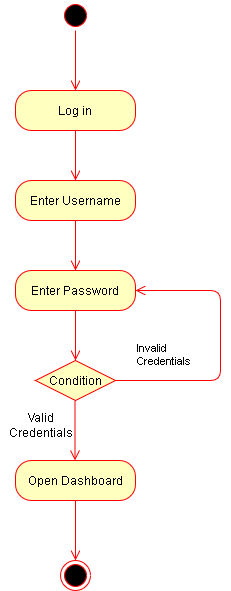
Before: Diagrams/Activity Diagram/login.png, a diagram exported from draw.io (Sonja17/Hotel-Management-System). Source tidied: cells renumbered, new cells last; positions are measured from the earlier drawing's top-left corner, leaving out a move shared by most shapes. The source it was exported from:
```xml
<mxGraphModel>
  <root>
    <mxCell id="0" />
    <mxCell id="1" parent="0" />
    <mxCell id="2" style="ellipse;html=1;shape=startState;fillColor=#000000;strokeColor=#ff0000;" parent="1" vertex="1">
      <mxGeometry x="60" width="30" height="30" as="geometry" />
    </mxCell>
    <mxCell id="3" style="edgeStyle=orthogonalEdgeStyle;html=1;verticalAlign=bottom;endArrow=open;endSize=8;strokeColor=#ff0000;" parent="1" edge="1" source="2">
      <mxGeometry relative="1" as="geometry">
        <mxPoint x="75" y="90" as="targetPoint" />
      </mxGeometry>
    </mxCell>
    <mxCell id="4" value="Log in" style="rounded=1;whiteSpace=wrap;html=1;arcSize=40;fontColor=#000000;fillColor=#ffffc0;strokeColor=#ff0000;" parent="1" vertex="1">
      <mxGeometry x="15" y="90" width="120" height="40" as="geometry" />
    </mxCell>
    <mxCell id="5" style="edgeStyle=orthogonalEdgeStyle;html=1;verticalAlign=bottom;endArrow=open;endSize=8;strokeColor=#ff0000;" parent="1" edge="1" source="4">
      <mxGeometry relative="1" as="geometry">
        <mxPoint x="75" y="180" as="targetPoint" />
      </mxGeometry>
    </mxCell>
    <mxCell id="6" value="Enter Username" style="rounded=1;whiteSpace=wrap;html=1;arcSize=40;fontColor=#000000;fillColor=#ffffc0;strokeColor=#ff0000;" parent="1" vertex="1">
      <mxGeometry x="15" y="180" width="120" height="40" as="geometry" />
    </mxCell>
    <mxCell id="7" style="edgeStyle=orthogonalEdgeStyle;html=1;verticalAlign=bottom;endArrow=open;endSize=8;strokeColor=#ff0000;" parent="1" edge="1" source="6">
      <mxGeometry relative="1" as="geometry">
        <mxPoint x="75" y="270" as="targetPoint" />
      </mxGeometry>
    </mxCell>
    <mxCell id="8" value="Enter Password" style="rounded=1;whiteSpace=wrap;html=1;arcSize=40;fontColor=#000000;fillColor=#ffffc0;strokeColor=#ff0000;" parent="1" vertex="1">
      <mxGeometry x="15" y="270" width="120" height="40" as="geometry" />
    </mxCell>
    <mxCell id="9" style="edgeStyle=orthogonalEdgeStyle;html=1;verticalAlign=bottom;endArrow=open;endSize=8;strokeColor=#ff0000;" parent="1" edge="1" source="8">
      <mxGeometry relative="1" as="geometry">
        <mxPoint x="75" y="360" as="targetPoint" />
      </mxGeometry>
    </mxCell>
    <mxCell id="10" value="Condition" style="rhombus;whiteSpace=wrap;html=1;fillColor=#ffffc0;strokeColor=#ff0000;" parent="1" vertex="1">
      <mxGeometry x="35" y="360" width="80" height="40" as="geometry" />
    </mxCell>
    <mxCell id="11" value="&lt;div&gt;Invalid &lt;br&gt;&lt;/div&gt;&lt;div&gt;Credentials&lt;/div&gt;" style="edgeStyle=orthogonalEdgeStyle;html=1;align=left;verticalAlign=bottom;endArrow=open;endSize=8;strokeColor=#ff0000;entryX=1;entryY=0.5;entryDx=0;entryDy=0;" parent="1" edge="1" source="10" target="8">
      <mxGeometry x="-0.18" y="85" relative="1" as="geometry">
        <Array as="points">
          <mxPoint x="220" y="380" />
          <mxPoint x="220" y="290" />
        </Array>
      </mxGeometry>
    </mxCell>
    <mxCell id="12" style="edgeStyle=orthogonalEdgeStyle;html=1;verticalAlign=bottom;endArrow=open;endSize=8;strokeColor=#ff0000;" parent="1" edge="1">
      <mxGeometry relative="1" as="geometry">
        <mxPoint x="74.5" y="400" as="sourcePoint" />
        <mxPoint x="74.5" y="460" as="targetPoint" />
      </mxGeometry>
    </mxCell>
    <mxCell id="13" value="&lt;div&gt;Valid&lt;/div&gt;&lt;div&gt; Credentials&lt;/div&gt;" style="text;html=1;align=center;verticalAlign=middle;" parent="1" vertex="1">
      <mxGeometry y="410" width="80" height="30" as="geometry" />
    </mxCell>
    <mxCell id="14" value="Open Dashboard" style="rounded=1;whiteSpace=wrap;html=1;arcSize=40;fontColor=#000000;fillColor=#ffffc0;strokeColor=#ff0000;" parent="1" vertex="1">
      <mxGeometry x="15" y="460" width="120" height="40" as="geometry" />
    </mxCell>
    <mxCell id="15" style="edgeStyle=orthogonalEdgeStyle;html=1;verticalAlign=bottom;endArrow=open;endSize=8;strokeColor=#ff0000;" parent="1" edge="1" source="14">
      <mxGeometry relative="1" as="geometry">
        <mxPoint x="75" y="560" as="targetPoint" />
      </mxGeometry>
    </mxCell>
    <mxCell id="16" style="ellipse;html=1;shape=endState;fillColor=#000000;strokeColor=#ff0000;" parent="1" vertex="1">
      <mxGeometry x="60" y="560" width="30" height="30" as="geometry" />
    </mxCell>
  </root>
</mxGraphModel>
```
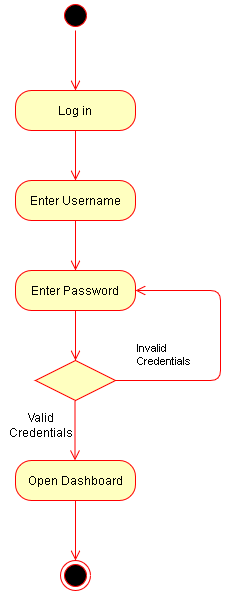
After the change.

What changed in the source:
```diff
@@ -34,7 +34,7 @@
         <mxPoint x="75" y="360" as="targetPoint" />
       </mxGeometry>
     </mxCell>
-    <mxCell id="10" value="Condition" style="rhombus;whiteSpace=wrap;html=1;fillColor=#ffffc0;strokeColor=#ff0000;" parent="1" vertex="1">
+    <mxCell id="10" style="rhombus;whiteSpace=wrap;html=1;fillColor=#ffffc0;strokeColor=#ff0000;" parent="1" vertex="1">
       <mxGeometry x="35" y="360" width="80" height="40" as="geometry" />
     </mxCell>
     <mxCell id="11" value="&lt;div&gt;Invalid &lt;br&gt;&lt;/div&gt;&lt;div&gt;Credentials&lt;/div&gt;" style="edgeStyle=orthogonalEdgeStyle;html=1;align=left;verticalAlign=bottom;endArrow=open;endSize=8;strokeColor=#ff0000;entryX=1;entryY=0.5;entryDx=0;entryDy=0;" parent="1" edge="1" source="10" target="8">
```
